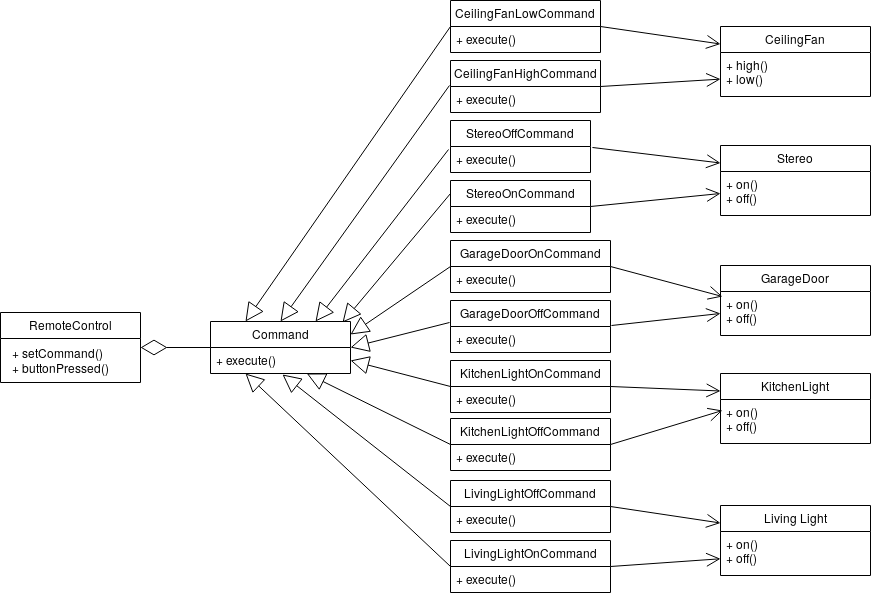
The draw.io diagram docs/class_diagram.png in utec-cs2901-2019-2/design-command-grupo-iii, before a commit. Source tidied: cells renumbered, new cells last; positions are measured from the earlier drawing's top-left corner, leaving out a move shared by most shapes.
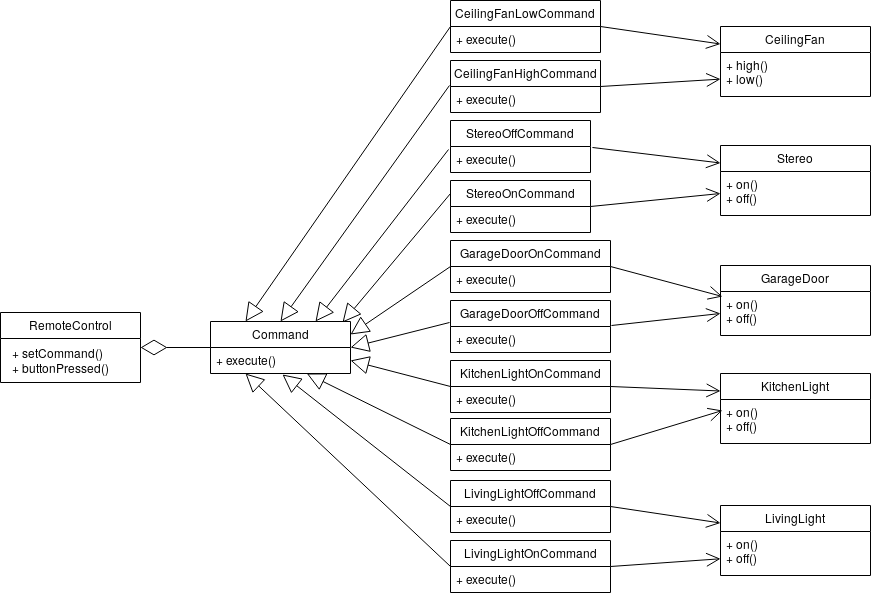
After the commit.

Commit message:
Added class diagram 4.0

Change to the diagram source:
```diff
@@ -137,7 +137,7 @@
     <mxCell id="46" value="+ on()&#10;+ off()&#10;" style="text;strokeColor=none;fillColor=none;align=left;verticalAlign=top;spacingLeft=4;spacingRight=4;overflow=hidden;points=[[0,0.5],[1,0.5]];portConstraint=eastwest;" parent="45" vertex="1">
       <mxGeometry y="26" width="150" height="44" as="geometry" />
     </mxCell>
-    <mxCell id="47" value="Living Light" style="swimlane;fontStyle=0;horizontal=1;startSize=26;fillColor=none;" parent="1" vertex="1">
+    <mxCell id="47" value="LivingLight" style="swimlane;fontStyle=0;horizontal=1;startSize=26;fillColor=none;" parent="1" vertex="1">
       <mxGeometry x="720" y="505" width="150" height="70" as="geometry" />
     </mxCell>
     <mxCell id="48" value="+ on()&#10;+ off()&#10;" style="text;strokeColor=none;fillColor=none;align=left;verticalAlign=top;spacingLeft=4;spacingRight=4;overflow=hidden;points=[[0,0.5],[1,0.5]];portConstraint=eastwest;" parent="47" vertex="1">
```
